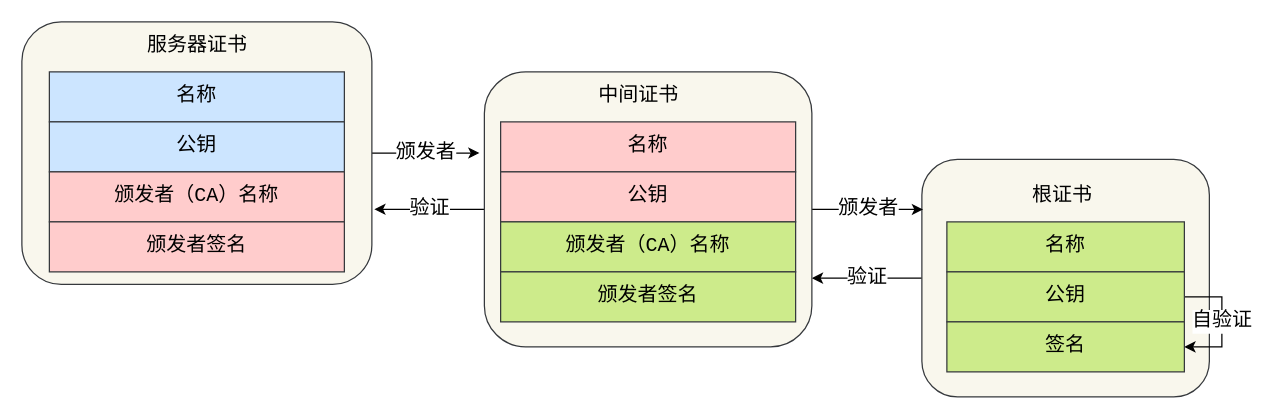
The draw.io diagram 网络/https/证书链.drawio in xiaolincoder/ImageHost4, before the edit. Source tidied: cells renumbered, new cells numbered last; positions are measured from the earlier drawing's top-left corner, leaving out a move shared by most shapes. Both pictures are drawn from the tidied source at 125%, with x=0, y=0 at pixel (21, 21).
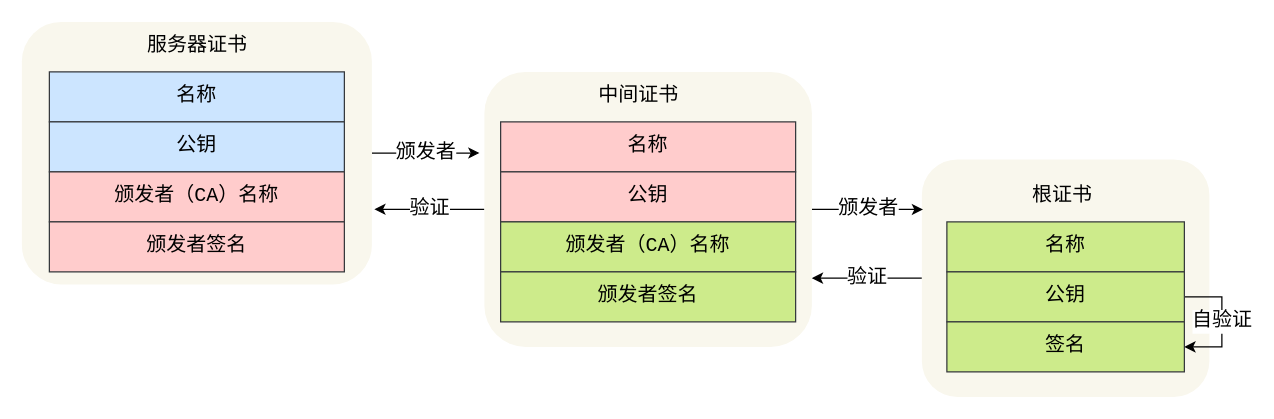
After the change.

Commit message (it also covers changes not shown here):
更新证书链.drawio

Change to the diagram source:
```diff
@@
-    <mxCell id="3" style="rounded=1;whiteSpace=wrap;html=1;fontFamily=Courier New;fontSize=16;fillColor=#f9f7ed;strokeColor=#36393d;" parent="1" vertex="1">
+    <mxCell id="3" style="rounded=1;whiteSpace=wrap;html=1;fontFamily=Courier New;fontSize=16;fillColor=#f9f7ed;strokeColor=none;" parent="1" vertex="1">
       <mxGeometry x="720" y="110" width="230" height="190" as="geometry" />
     </mxCell>
@@
-    <mxCell id="6" style="rounded=1;whiteSpace=wrap;html=1;fontFamily=Courier New;fontSize=16;fillColor=#f9f7ed;strokeColor=#36393d;" parent="1" vertex="1">
+    <mxCell id="6" style="rounded=1;whiteSpace=wrap;html=1;fontFamily=Courier New;fontSize=16;fillColor=#f9f7ed;strokeColor=none;" parent="1" vertex="1">
       <mxGeometry x="370" y="40" width="262" height="220" as="geometry" />
     </mxCell>
@@
-    <mxCell id="8" style="rounded=1;whiteSpace=wrap;html=1;fontFamily=Courier New;fontSize=16;fillColor=#f9f7ed;strokeColor=#36393d;" parent="1" vertex="1">
+    <mxCell id="8" style="rounded=1;whiteSpace=wrap;html=1;fontFamily=Courier New;fontSize=16;fillColor=#f9f7ed;strokeColor=none;" parent="1" vertex="1">
       <mxGeometry width="280" height="210" as="geometry" />
     </mxCell>
```
